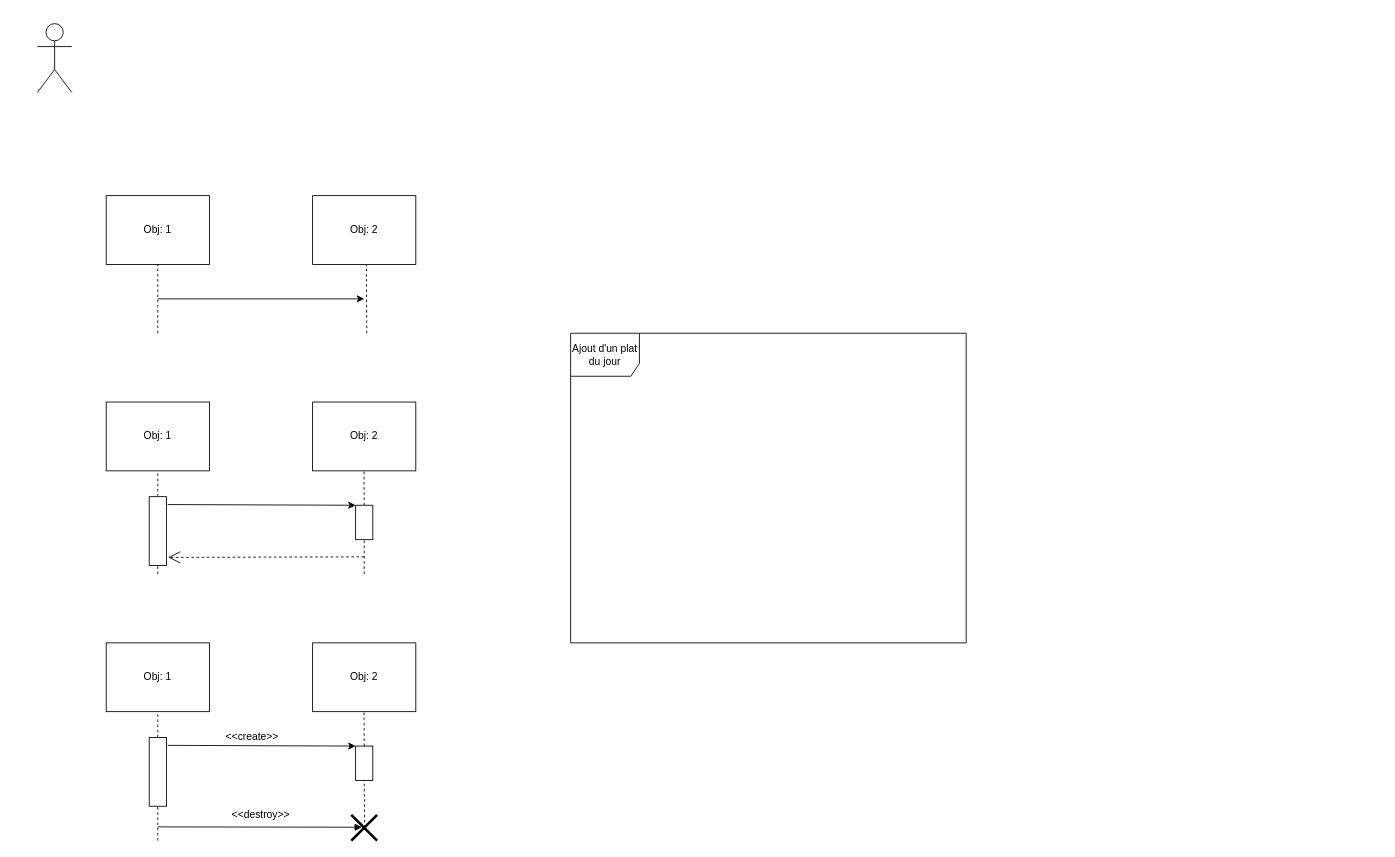
Above: sequence diagrams/raw template.drawio in AlexisT37/P4-OpenClassrooms (draw.io), before the change. Source tidied: cells renumbered, new cells numbered last; positions are measured from the earlier drawing's top-left corner, leaving out a move shared by most shapes. Both pictures are drawn from the tidied source at 86%, with x=0, y=0 at pixel (37, 23).
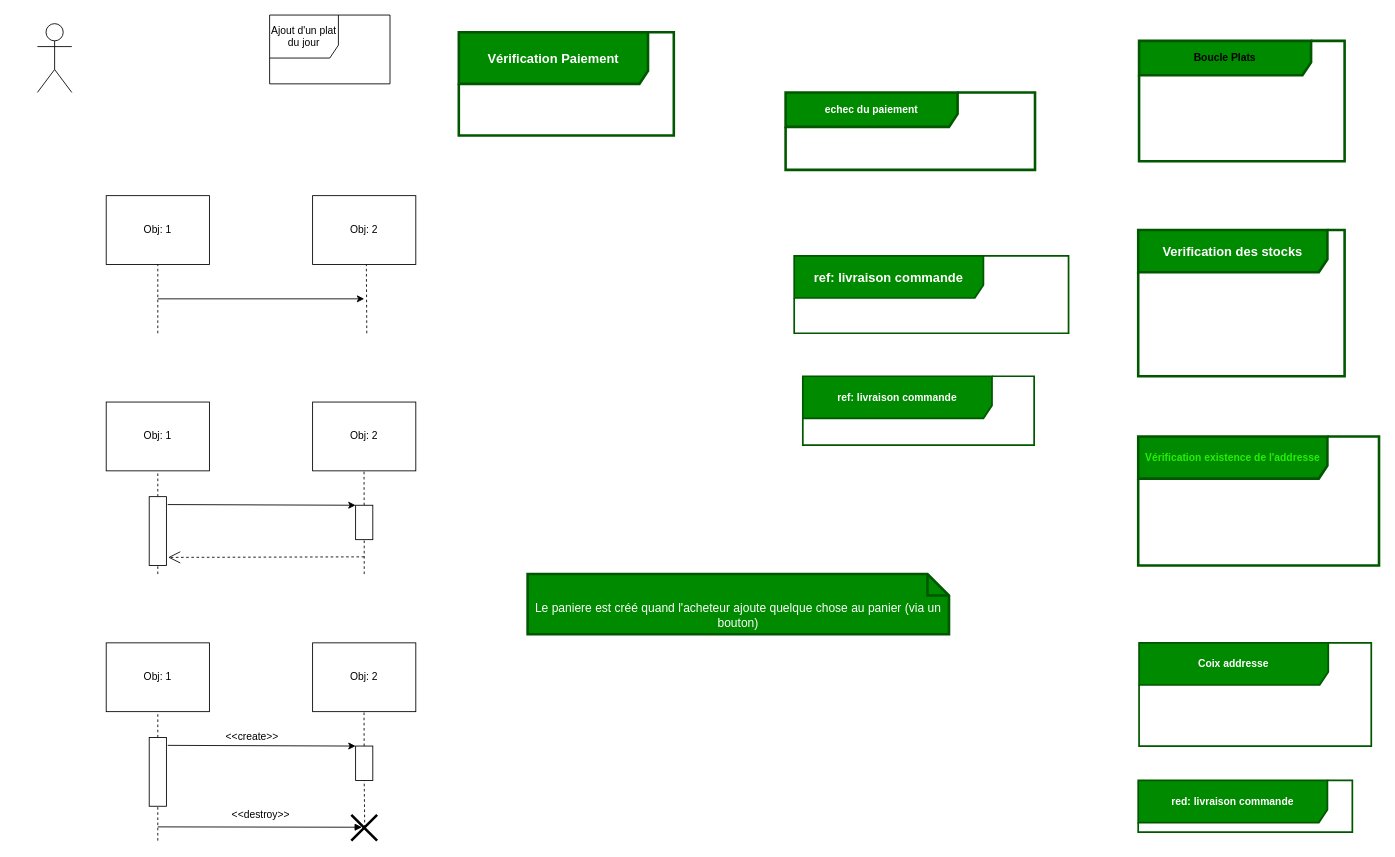
After the change.

The edit, as a diff of the source:
```diff
@@
     <mxCell id="32" value="Ajout d'un plat du jour" style="shape=umlFrame;whiteSpace=wrap;html=1;width=80;height=50;" parent="1" vertex="1">
-      <mxGeometry x="620" y="360" width="460" height="360" as="geometry" />
+      <mxGeometry x="270" y="-10" width="140" height="80" as="geometry" />
     </mxCell>
+    <mxCell id="33" value="&lt;b&gt;&lt;font color=&quot;#000000&quot;&gt;Boucle Plats&lt;/font&gt;&lt;/b&gt;" style="shape=umlFrame;whiteSpace=wrap;html=1;strokeColor=#005700;strokeWidth=3;width=200;height=40;fillColor=#008a00;fontColor=#ffffff;" parent="1" vertex="1">
+      <mxGeometry x="1281" y="20" width="239" height="140" as="geometry" />
+    </mxCell>
+    <mxCell id="34" value="&lt;b&gt;&lt;font style=&quot;font-size: 15px;&quot;&gt;Verification des stocks&lt;/font&gt;&lt;/b&gt;" style="shape=umlFrame;whiteSpace=wrap;html=1;strokeColor=#005700;strokeWidth=3;width=220;height=49;fillColor=#008a00;fontColor=#ffffff;" parent="1" vertex="1">
+      <mxGeometry x="1280" y="240" width="240" height="170" as="geometry" />
+    </mxCell>
+    <mxCell id="35" value="&lt;b&gt;&lt;font color=&quot;#24f005&quot;&gt;Vérification existence de l'addresse&lt;/font&gt;&lt;/b&gt;" style="shape=umlFrame;whiteSpace=wrap;html=1;strokeColor=#005700;strokeWidth=3;width=220;height=49;fillColor=#008a00;fontColor=#ffffff;" parent="1" vertex="1">
+      <mxGeometry x="1280" y="480" width="280" height="150" as="geometry" />
+    </mxCell>
+    <mxCell id="36" value="&lt;b&gt;Coix addresse&lt;/b&gt;" style="shape=umlFrame;whiteSpace=wrap;html=1;strokeColor=#005700;strokeWidth=2;width=220;height=49;fillColor=#008a00;fontColor=#ffffff;" parent="1" vertex="1">
+      <mxGeometry x="1281" y="720" width="270" height="120" as="geometry" />
+    </mxCell>
+    <mxCell id="37" value="&lt;b&gt;red: livraison commande&lt;/b&gt;" style="shape=umlFrame;whiteSpace=wrap;html=1;strokeColor=#005700;strokeWidth=2;width=220;height=49;fillColor=#008a00;fontColor=#ffffff;" parent="1" vertex="1">
+      <mxGeometry x="1280" y="880" width="249" height="60" as="geometry" />
+    </mxCell>
+    <mxCell id="38" value="&lt;b&gt;ref: livraison commande&lt;/b&gt;" style="shape=umlFrame;whiteSpace=wrap;html=1;strokeColor=#005700;strokeWidth=2;width=220;height=49;fillColor=#008a00;fontColor=#ffffff;" parent="1" vertex="1">
+      <mxGeometry x="890" y="410" width="269" height="80" as="geometry" />
+    </mxCell>
+    <mxCell id="39" value="&lt;font style=&quot;font-size: 15px;&quot;&gt;&lt;b style=&quot;font-size: 15px;&quot;&gt;ref: livraison commande&lt;/b&gt;&lt;/font&gt;" style="shape=umlFrame;whiteSpace=wrap;html=1;strokeColor=#005700;strokeWidth=2;width=220;height=49;fillColor=#008a00;fontColor=#ffffff;" parent="1" vertex="1">
+      <mxGeometry x="880" y="270" width="319" height="90" as="geometry" />
+    </mxCell>
+    <mxCell id="40" value="&lt;font style=&quot;font-size: 15px;&quot;&gt;&lt;b style=&quot;font-size: 15px;&quot;&gt;Vérification Paiement&lt;/b&gt;&lt;/font&gt;" style="shape=umlFrame;whiteSpace=wrap;html=1;strokeColor=#005700;strokeWidth=3;width=220;height=60;fillColor=#008a00;fontColor=#ffffff;" parent="1" vertex="1">
+      <mxGeometry x="490" y="10" width="250" height="120" as="geometry" />
+    </mxCell>
+    <mxCell id="41" value="&lt;b&gt;echec du paiement&lt;/b&gt;" style="shape=umlFrame;whiteSpace=wrap;html=1;strokeColor=#005700;strokeWidth=3;width=200;height=40;fillColor=#008a00;fontColor=#ffffff;" parent="1" vertex="1">
+      <mxGeometry x="870" y="80" width="290" height="90" as="geometry" />
+    </mxCell>
+    <mxCell id="42" value="Le paniere est créé quand l'acheteur ajoute quelque chose au panier (via un bouton)" style="shape=note2;boundedLbl=1;whiteSpace=wrap;html=1;size=25;verticalAlign=top;align=center;fontSize=14;strokeWidth=3;fillColor=#008a00;fontColor=#ffffff;strokeColor=#005700;" parent="1" vertex="1">
+      <mxGeometry x="570" y="640" width="490" height="70" as="geometry" />
+    </mxCell>
```
